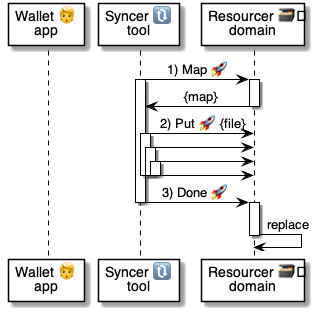
This is 5 ⏩ Flows/77 🔃⏩ Syncer/.📎 Assets/sync.png from pollyweb-org/pollyweb-docs, a PlantUML export, as it was before one commit. Its source is kept beside it as 5 ⏩ Flows/77 🔃⏩ Syncer/.📎 Assets/sync.puml.
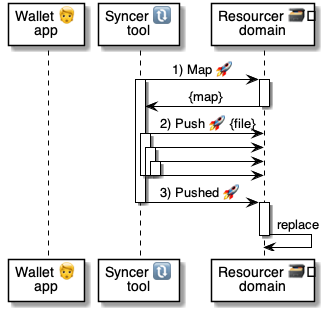
Above is the later version.

Change to the diagram source:
```diff
@@ -11,7 +11,7 @@
         resourcer -> syncer: {map}
     deactivate resourcer
 
-    syncer -> resourcer: 2) Put 🚀 {file}
+    syncer -> resourcer: 2) Push 🚀 {file}
 
     activate syncer
         syncer -> resourcer
@@ -23,7 +23,7 @@
         deactivate syncer
     deactivate syncer
 
-    syncer -> resourcer: 3) Done 🚀
+    syncer -> resourcer: 3) Pushed 🚀
 deactivate syncer
 
 activate resourcer
```
